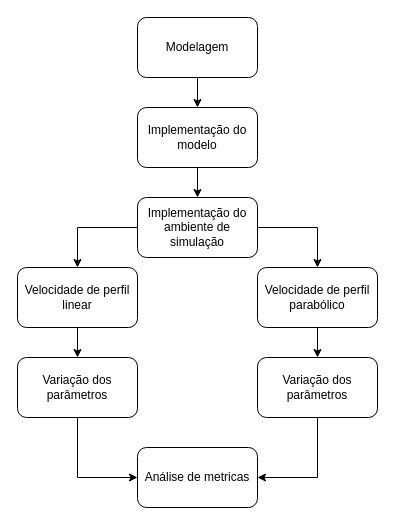
Above: asserts/flow.drawio in EliasFIlho/TCC2 (draw.io), before the change. Source tidied: cells renumbered, new cells numbered last; positions are measured from the earlier drawing's top-left corner, leaving out a move shared by most shapes. Both pictures are drawn from the tidied source at 100%, with x=0, y=0 at pixel (17, 17).
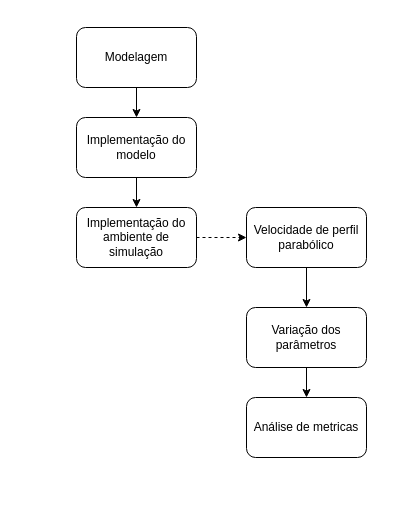
Above is the later version.

Change to the diagram source:
```diff
@@
     <mxCell id="3" value="Modelagem" style="rounded=1;whiteSpace=wrap;html=1;" parent="1" vertex="1">
-      <mxGeometry x="120" width="120" height="60" as="geometry" />
+      <mxGeometry x="59" y="10" width="120" height="60" as="geometry" />
     </mxCell>
@@
     <mxCell id="5" value="Implementação do modelo" style="whiteSpace=wrap;html=1;rounded=1;" parent="1" vertex="1">
-      <mxGeometry x="120" y="90" width="120" height="60" as="geometry" />
+      <mxGeometry x="59" y="100" width="120" height="60" as="geometry" />
     </mxCell>
-    <mxCell id="6" style="edgeStyle=orthogonalEdgeStyle;rounded=0;jettySize=auto;html=1;entryX=0.5;entryY=0;entryDx=0;entryDy=0;" parent="1" edge="1" source="8" target="12">
-      <mxGeometry relative="1" as="geometry">
-        <Array as="points">
-          <mxPoint x="300" y="210" />
-        </Array>
-      </mxGeometry>
+    <mxCell id="6" style="edgeStyle=orthogonalEdgeStyle;rounded=0;jettySize=auto;html=1;entryX=0;entryY=0.5;entryDx=0;entryDy=0;dashed=1;" parent="1" edge="1" source="8" target="12">
+      <mxGeometry relative="1" as="geometry" />
     </mxCell>
-    <mxCell id="7" style="edgeStyle=orthogonalEdgeStyle;rounded=0;jettySize=auto;html=1;entryX=0.5;entryY=0;entryDx=0;entryDy=0;" parent="1" edge="1" target="10">
-      <mxGeometry relative="1" as="geometry">
-        <mxPoint x="120" y="210" as="sourcePoint" />
-        <Array as="points">
-          <mxPoint x="60" y="210" />
-        </Array>
-      </mxGeometry>
-    </mxCell>
     <mxCell id="8" value="Implementação do ambiente de simulação" style="whiteSpace=wrap;html=1;rounded=1;" parent="1" vertex="1">
-      <mxGeometry x="120" y="180" width="120" height="60" as="geometry" />
+      <mxGeometry x="59" y="190" width="120" height="60" as="geometry" />
     </mxCell>
-    <mxCell id="9" style="edgeStyle=orthogonalEdgeStyle;rounded=0;jettySize=auto;html=1;" parent="1" edge="1" source="10" target="14">
-      <mxGeometry relative="1" as="geometry" />
-    </mxCell>
-    <mxCell id="10" value="Velocidade de perfil linear" style="rounded=1;whiteSpace=wrap;html=1;" parent="1" vertex="1">
-      <mxGeometry y="250" width="120" height="60" as="geometry" />
-    </mxCell>
@@
     <mxCell id="12" value="Velocidade de perfil parabólico" style="rounded=1;whiteSpace=wrap;html=1;" parent="1" vertex="1">
-      <mxGeometry x="240" y="250" width="120" height="60" as="geometry" />
+      <mxGeometry x="229" y="190" width="120" height="60" as="geometry" />
     </mxCell>
-    <mxCell id="13" style="edgeStyle=orthogonalEdgeStyle;rounded=0;jettySize=auto;html=1;entryX=0;entryY=0.5;entryDx=0;entryDy=0;" parent="1" edge="1" source="14" target="17">
-      <mxGeometry relative="1" as="geometry" />
-    </mxCell>
-    <mxCell id="14" value="Variação dos parâmetros" style="whiteSpace=wrap;html=1;rounded=1;" parent="1" vertex="1">
-      <mxGeometry y="340" width="120" height="60" as="geometry" />
-    </mxCell>
-    <mxCell id="15" style="edgeStyle=orthogonalEdgeStyle;rounded=0;jettySize=auto;html=1;entryX=1;entryY=0.5;entryDx=0;entryDy=0;" parent="1" edge="1" source="16" target="17">
+    <mxCell id="15" style="edgeStyle=orthogonalEdgeStyle;rounded=0;jettySize=auto;html=1;entryX=0.5;entryY=0;entryDx=0;entryDy=0;" parent="1" edge="1" source="16" target="17">
       <mxGeometry relative="1" as="geometry" />
     </mxCell>
     <mxCell id="16" value="Variação dos parâmetros" style="whiteSpace=wrap;html=1;rounded=1;" parent="1" vertex="1">
-      <mxGeometry x="240" y="340" width="120" height="60" as="geometry" />
+      <mxGeometry x="229" y="290" width="120" height="60" as="geometry" />
     </mxCell>
     <mxCell id="17" value="Análise de metricas" style="rounded=1;whiteSpace=wrap;html=1;" parent="1" vertex="1">
-      <mxGeometry x="120" y="430" width="120" height="60" as="geometry" />
+      <mxGeometry x="229" y="380" width="120" height="60" as="geometry" />
     </mxCell>
```
